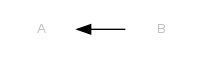
This is doc/source/images/relaciones/a_izquierda.dot.png from hugoruscitti/quickdiagrams, a Graphviz export, as it was before one commit. Its source is kept beside it as doc/source/images/relaciones/a_izquierda.dot. Its diagram source:
```dot
digraph G
{
    graph [nodesep="0.1", rankdir=LR];
    node [shape=box, fontsize="10", fontcolor=grey, color=white]
    edge [fontsize="10"]
    A -> B [arrowhead=none, arrowtail=normal]
}
```
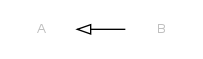
After the commit.

Diff of the diagram source:
```diff
@@ -3,5 +3,5 @@
     graph [nodesep="0.1", rankdir=LR];
     node [shape=box, fontsize="10", fontcolor=grey, color=white]
     edge [fontsize="10"]
-    A -> B [arrowhead=none, arrowtail=normal]
+    A -> B [arrowhead=none, arrowtail=empty]
 }
```
